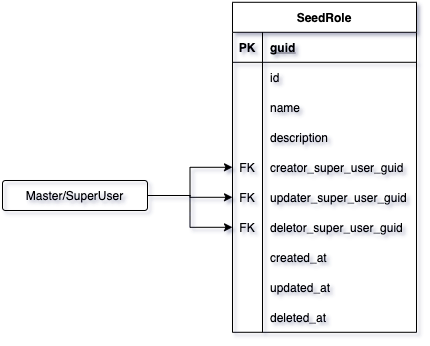
This is basedata/entities/images/ConfigSeedRoleTable.png from 4uRest/documentation, a draw.io export, as it was before one commit. Source tidied: cells renumbered, new cells last; positions are measured from the earlier drawing's top-left corner, leaving out a move shared by most shapes. Its diagram source:
```xml
<mxGraphModel>
  <root>
    <mxCell id="0" />
    <mxCell id="1" parent="0" />
    <mxCell id="2" value="SeedRole" style="shape=table;startSize=30;rowLines=0;fontStyle=1;align=center;" parent="1" vertex="1">
      <mxGeometry x="230" y="-0.2" width="184" height="330" as="geometry" />
    </mxCell>
    <mxCell id="3" style="shape=partialRectangle;fillColor=none;top=0;left=0;bottom=1;right=0;points=[[0,0.5],[1,0.5]];portConstraint=eastwest;" parent="2" vertex="1">
      <mxGeometry y="30" width="184" height="30" as="geometry" />
    </mxCell>
    <mxCell id="4" value="PK" style="shape=partialRectangle;fillColor=none;top=0;left=0;bottom=0;right=0;fontStyle=1;overflow=hidden;" parent="3" vertex="1">
      <mxGeometry width="30" height="30" as="geometry" />
    </mxCell>
    <mxCell id="5" value="guid" style="shape=partialRectangle;fillColor=none;top=0;left=0;bottom=0;right=0;align=left;spacingLeft=6;fontStyle=5;overflow=hidden;" parent="3" vertex="1">
      <mxGeometry x="30" width="154" height="30" as="geometry" />
    </mxCell>
    <mxCell id="6" style="shape=partialRectangle;fillColor=none;top=0;left=0;bottom=0;right=0;" parent="2" vertex="1">
      <mxGeometry y="60" width="184" height="30" as="geometry" />
    </mxCell>
    <mxCell id="7" style="shape=partialRectangle;fillColor=none;top=0;left=0;bottom=0;right=0;overflow=hidden;" parent="6" vertex="1">
      <mxGeometry width="30" height="30" as="geometry" />
    </mxCell>
    <mxCell id="8" value="id" style="shape=partialRectangle;fillColor=none;top=0;left=0;bottom=0;right=0;align=left;spacingLeft=6;overflow=hidden;" parent="6" vertex="1">
      <mxGeometry x="30" width="154" height="30" as="geometry" />
    </mxCell>
    <mxCell id="9" style="shape=partialRectangle;fillColor=none;top=0;left=0;bottom=0;right=0;" parent="2" vertex="1">
      <mxGeometry y="90" width="184" height="30" as="geometry" />
    </mxCell>
    <mxCell id="10" style="shape=partialRectangle;fillColor=none;top=0;left=0;bottom=0;right=0;overflow=hidden;" parent="9" vertex="1">
      <mxGeometry width="30" height="30" as="geometry" />
    </mxCell>
    <mxCell id="11" value="name" style="shape=partialRectangle;fillColor=none;top=0;left=0;bottom=0;right=0;align=left;spacingLeft=6;overflow=hidden;" parent="9" vertex="1">
      <mxGeometry x="30" width="154" height="30" as="geometry" />
    </mxCell>
    <mxCell id="12" style="shape=partialRectangle;fillColor=none;top=0;left=0;bottom=0;right=0;" parent="2" vertex="1">
      <mxGeometry y="120" width="184" height="30" as="geometry" />
    </mxCell>
    <mxCell id="13" style="shape=partialRectangle;fillColor=none;top=0;left=0;bottom=0;right=0;overflow=hidden;" parent="12" vertex="1">
      <mxGeometry width="30" height="30" as="geometry" />
    </mxCell>
    <mxCell id="14" value="description" style="shape=partialRectangle;fillColor=none;top=0;left=0;bottom=0;right=0;align=left;spacingLeft=6;overflow=hidden;" parent="12" vertex="1">
      <mxGeometry x="30" width="154" height="30" as="geometry" />
    </mxCell>
    <mxCell id="15" style="shape=partialRectangle;top=0;left=0;bottom=0;right=0;points=[[0,0.5],[1,0.5]];portConstraint=eastwest;fillColor=none;" parent="2" vertex="1">
      <mxGeometry y="150" width="184" height="30" as="geometry" />
    </mxCell>
    <mxCell id="16" value="FK" style="shape=partialRectangle;fillColor=none;top=0;left=0;bottom=0;right=0;overflow=hidden;" parent="15" vertex="1">
      <mxGeometry width="30" height="30" as="geometry" />
    </mxCell>
    <mxCell id="17" value="creator_super_user_guid" style="shape=partialRectangle;fillColor=none;top=0;left=0;bottom=0;right=0;align=left;spacingLeft=6;overflow=hidden;" parent="15" vertex="1">
      <mxGeometry x="30" width="154" height="30" as="geometry" />
    </mxCell>
    <mxCell id="18" style="shape=partialRectangle;top=0;left=0;bottom=0;right=0;points=[[0,0.5],[1,0.5]];portConstraint=eastwest;fillColor=none;" parent="2" vertex="1">
      <mxGeometry y="180" width="184" height="30" as="geometry" />
    </mxCell>
    <mxCell id="19" value="FK" style="shape=partialRectangle;fillColor=none;top=0;left=0;bottom=0;right=0;overflow=hidden;" parent="18" vertex="1">
      <mxGeometry width="30" height="30" as="geometry" />
    </mxCell>
    <mxCell id="20" value="updater_super_user_guid" style="shape=partialRectangle;fillColor=none;top=0;left=0;bottom=0;right=0;align=left;spacingLeft=6;overflow=hidden;" parent="18" vertex="1">
      <mxGeometry x="30" width="154" height="30" as="geometry" />
    </mxCell>
    <mxCell id="21" style="shape=partialRectangle;top=0;left=0;bottom=0;right=0;points=[[0,0.5],[1,0.5]];portConstraint=eastwest;fillColor=none;" parent="2" vertex="1">
      <mxGeometry y="210" width="184" height="30" as="geometry" />
    </mxCell>
    <mxCell id="22" value="FK" style="shape=partialRectangle;fillColor=none;top=0;left=0;bottom=0;right=0;overflow=hidden;" parent="21" vertex="1">
      <mxGeometry width="30" height="30" as="geometry" />
    </mxCell>
    <mxCell id="23" value="deletor_super_user_guid" style="shape=partialRectangle;fillColor=none;top=0;left=0;bottom=0;right=0;align=left;spacingLeft=6;overflow=hidden;" parent="21" vertex="1">
      <mxGeometry x="30" width="154" height="30" as="geometry" />
    </mxCell>
    <mxCell id="24" style="shape=partialRectangle;fillColor=none;top=0;left=0;bottom=0;right=0;" parent="2" vertex="1">
      <mxGeometry y="240" width="184" height="30" as="geometry" />
    </mxCell>
    <mxCell id="25" style="shape=partialRectangle;fillColor=none;top=0;left=0;bottom=0;right=0;overflow=hidden;" parent="24" vertex="1">
      <mxGeometry width="30" height="30" as="geometry" />
    </mxCell>
    <mxCell id="26" value="created_at" style="shape=partialRectangle;fillColor=none;top=0;left=0;bottom=0;right=0;align=left;spacingLeft=6;overflow=hidden;" parent="24" vertex="1">
      <mxGeometry x="30" width="154" height="30" as="geometry" />
    </mxCell>
    <mxCell id="27" style="shape=partialRectangle;fillColor=none;top=0;left=0;bottom=0;right=0;" parent="2" vertex="1">
      <mxGeometry y="270" width="184" height="30" as="geometry" />
    </mxCell>
    <mxCell id="28" style="shape=partialRectangle;fillColor=none;top=0;left=0;bottom=0;right=0;overflow=hidden;" parent="27" vertex="1">
      <mxGeometry width="30" height="30" as="geometry" />
    </mxCell>
    <mxCell id="29" value="updated_at" style="shape=partialRectangle;fillColor=none;top=0;left=0;bottom=0;right=0;align=left;spacingLeft=6;overflow=hidden;" parent="27" vertex="1">
      <mxGeometry x="30" width="154" height="30" as="geometry" />
    </mxCell>
    <mxCell id="30" style="shape=partialRectangle;fillColor=none;top=0;left=0;bottom=0;right=0;" parent="2" vertex="1">
      <mxGeometry y="300" width="184" height="30" as="geometry" />
    </mxCell>
    <mxCell id="31" style="shape=partialRectangle;fillColor=none;top=0;left=0;bottom=0;right=0;overflow=hidden;" parent="30" vertex="1">
      <mxGeometry width="30" height="30" as="geometry" />
    </mxCell>
    <mxCell id="32" value="deleted_at" style="shape=partialRectangle;fillColor=none;top=0;left=0;bottom=0;right=0;align=left;spacingLeft=6;overflow=hidden;" parent="30" vertex="1">
      <mxGeometry x="30" width="154" height="30" as="geometry" />
    </mxCell>
    <mxCell id="33" style="edgeStyle=orthogonalEdgeStyle;rounded=0;jettySize=auto;html=1;exitX=1;exitY=0.5;exitDx=0;exitDy=0;entryX=0;entryY=0.5;entryDx=0;entryDy=0;" parent="1" edge="1" source="36" target="15">
      <mxGeometry relative="1" as="geometry" />
    </mxCell>
    <mxCell id="34" style="edgeStyle=orthogonalEdgeStyle;rounded=0;jettySize=auto;html=1;exitX=1;exitY=0.5;exitDx=0;exitDy=0;" parent="1" edge="1" source="36" target="21">
      <mxGeometry relative="1" as="geometry" />
    </mxCell>
    <mxCell id="35" style="edgeStyle=orthogonalEdgeStyle;rounded=0;jettySize=auto;html=1;exitX=1;exitY=0.5;exitDx=0;exitDy=0;" parent="1" edge="1" source="36" target="18">
      <mxGeometry relative="1" as="geometry" />
    </mxCell>
    <mxCell id="36" value="Master/SuperUser" style="rounded=1;arcSize=10;whiteSpace=wrap;html=1;align=center;fillColor=none;" parent="1" vertex="1">
      <mxGeometry y="178" width="145" height="30" as="geometry" />
    </mxCell>
  </root>
</mxGraphModel>
```
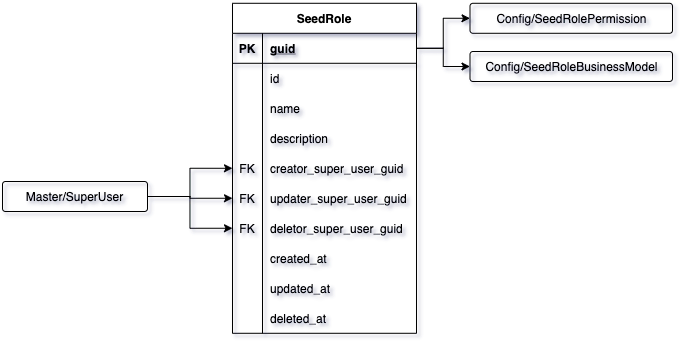
The same file after the commit.

What changed in the source:
```diff
@@ -107,5 +107,17 @@
     <mxCell id="36" value="Master/SuperUser" style="rounded=1;arcSize=10;whiteSpace=wrap;html=1;align=center;fillColor=none;" parent="1" vertex="1">
       <mxGeometry y="178" width="145" height="30" as="geometry" />
     </mxCell>
+    <mxCell id="37" value="Config/SeedRolePermission" style="rounded=1;arcSize=10;whiteSpace=wrap;html=1;align=center;fillColor=none;" parent="1" vertex="1">
+      <mxGeometry x="467.5" y="-0.2" width="202.5" height="30" as="geometry" />
+    </mxCell>
+    <mxCell id="38" value="Config/SeedRoleBusinessModel" style="rounded=1;arcSize=10;whiteSpace=wrap;html=1;align=center;fillColor=none;" parent="1" vertex="1">
+      <mxGeometry x="467.5" y="48" width="202.5" height="30" as="geometry" />
+    </mxCell>
+    <mxCell id="39" style="edgeStyle=orthogonalEdgeStyle;rounded=0;jettySize=auto;html=1;exitX=1;exitY=0.5;exitDx=0;exitDy=0;entryX=0;entryY=0.5;entryDx=0;entryDy=0;" parent="1" edge="1" source="3" target="37">
+      <mxGeometry relative="1" as="geometry" />
+    </mxCell>
+    <mxCell id="40" style="edgeStyle=orthogonalEdgeStyle;rounded=0;jettySize=auto;html=1;exitX=1;exitY=0.5;exitDx=0;exitDy=0;entryX=0;entryY=0.5;entryDx=0;entryDy=0;" parent="1" edge="1" source="3" target="38">
+      <mxGeometry relative="1" as="geometry" />
+    </mxCell>
   </root>
 </mxGraphModel>
```
